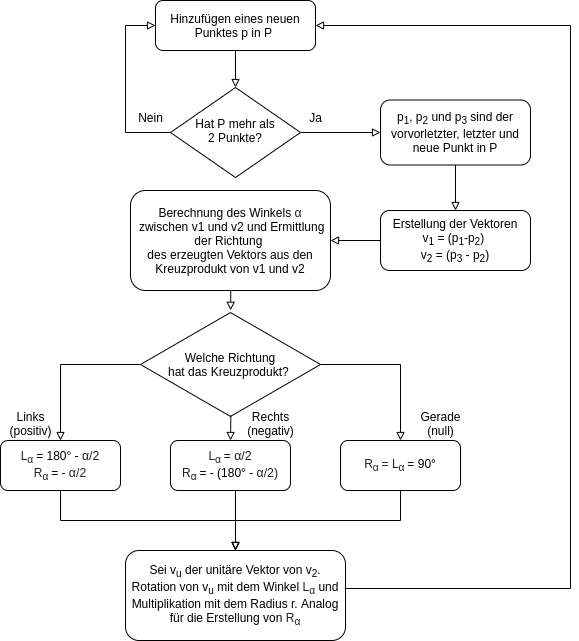
hvlds/kurve keeps this draw.io diagram as docs/img/line.png. Above is the earlier version. Source tidied: cells renumbered, new cells last; positions are measured from the earlier drawing's top-left corner, leaving out a move shared by most shapes. Its diagram source:
```xml
<mxGraphModel math="1">
  <root>
    <mxCell id="0" />
    <mxCell id="1" parent="0" />
    <mxCell id="2" style="edgeStyle=orthogonalEdgeStyle;rounded=0;jettySize=auto;html=1;entryX=0.5;entryY=0;entryDx=0;entryDy=0;endArrow=block;endFill=0;" parent="1" edge="1" source="3" target="6">
      <mxGeometry relative="1" as="geometry" />
    </mxCell>
    <mxCell id="3" value="Hinzufügen eines neuen Punktes p in P&amp;nbsp;" style="rounded=1;whiteSpace=wrap;html=1;fontSize=12;glass=0;strokeWidth=1;shadow=0;" parent="1" vertex="1">
      <mxGeometry x="155" width="160" height="50" as="geometry" />
    </mxCell>
    <mxCell id="4" style="edgeStyle=orthogonalEdgeStyle;rounded=0;jettySize=auto;html=1;exitX=1;exitY=0.5;exitDx=0;exitDy=0;endArrow=block;endFill=0;" parent="1" edge="1" source="6" target="8">
      <mxGeometry relative="1" as="geometry" />
    </mxCell>
    <mxCell id="5" style="edgeStyle=orthogonalEdgeStyle;rounded=0;jettySize=auto;html=1;entryX=0;entryY=0.5;entryDx=0;entryDy=0;endArrow=block;endFill=0;exitX=0;exitY=0.5;exitDx=0;exitDy=0;" parent="1" edge="1" source="6" target="3">
      <mxGeometry relative="1" as="geometry">
        <Array as="points">
          <mxPoint x="125" y="132" />
          <mxPoint x="125" y="25" />
        </Array>
      </mxGeometry>
    </mxCell>
    <mxCell id="6" value="Hat P mehr als&lt;br&gt;2 Punkte?" style="rhombus;whiteSpace=wrap;html=1;shadow=0;fontFamily=Helvetica;fontSize=12;align=center;strokeWidth=1;spacing=6;spacingTop=-4;" parent="1" vertex="1">
      <mxGeometry x="170" y="87" width="130" height="90" as="geometry" />
    </mxCell>
    <mxCell id="7" style="edgeStyle=orthogonalEdgeStyle;rounded=0;jettySize=auto;html=1;exitX=0.5;exitY=1;exitDx=0;exitDy=0;endArrow=block;endFill=0;" parent="1" edge="1" source="8" target="12">
      <mxGeometry relative="1" as="geometry" />
    </mxCell>
    <mxCell id="8" value="p&lt;sub&gt;1&lt;/sub&gt;, p&lt;sub&gt;2&lt;/sub&gt;&amp;nbsp;und p&lt;sub&gt;3&lt;/sub&gt;&amp;nbsp;sind der vorvorletzter,&amp;nbsp;letzter und neue Punkt in P" style="rounded=1;whiteSpace=wrap;html=1;" parent="1" vertex="1">
      <mxGeometry x="380" y="99.5" width="150" height="65" as="geometry" />
    </mxCell>
    <mxCell id="9" value="Ja" style="text;html=1;align=center;verticalAlign=middle;" parent="1" vertex="1">
      <mxGeometry x="300" y="107" width="30" height="20" as="geometry" />
    </mxCell>
    <mxCell id="10" value="Nein" style="text;html=1;align=center;verticalAlign=middle;" parent="1" vertex="1">
      <mxGeometry x="130" y="107" width="40" height="20" as="geometry" />
    </mxCell>
    <mxCell id="11" style="edgeStyle=orthogonalEdgeStyle;rounded=0;jettySize=auto;html=1;endArrow=block;endFill=0;" parent="1" edge="1" source="12" target="14">
      <mxGeometry relative="1" as="geometry" />
    </mxCell>
    <mxCell id="12" value="Erstellung der Vektoren v&lt;sub&gt;1&lt;/sub&gt;&amp;nbsp;= (p&lt;sub&gt;1&lt;/sub&gt;-p&lt;sub&gt;2&lt;/sub&gt;) &lt;br&gt;v&lt;sub&gt;2&lt;/sub&gt;&amp;nbsp;= (p&lt;sub&gt;3&lt;/sub&gt; - p&lt;sub&gt;2&lt;/sub&gt;)" style="rounded=1;whiteSpace=wrap;html=1;" parent="1" vertex="1">
      <mxGeometry x="380" y="210" width="150" height="60" as="geometry" />
    </mxCell>
    <mxCell id="13" style="edgeStyle=orthogonalEdgeStyle;rounded=0;jettySize=auto;html=1;endArrow=block;endFill=0;exitX=0.481;exitY=0.998;exitDx=0;exitDy=0;exitPerimeter=0;entryX=0.501;entryY=-0.002;entryDx=0;entryDy=0;entryPerimeter=0;" parent="1" edge="1" source="14" target="17">
      <mxGeometry relative="1" as="geometry" />
    </mxCell>
    <mxCell id="14" value="Berechnung des Winkels&amp;nbsp;&lt;span style=&quot;color: rgb(32 , 33 , 34) ; font-family: sans-serif ; font-size: 12.32px ; text-align: left&quot;&gt;α&lt;/span&gt;&lt;br&gt;&amp;nbsp;zwischen v1 und v2 und Ermittlung der Richtung&amp;nbsp;&lt;br&gt;des erzeugten Vektors aus den Kreuzprodukt von v1 und v2" style="rounded=1;whiteSpace=wrap;html=1;" parent="1" vertex="1">
      <mxGeometry x="130" y="190" width="200" height="100" as="geometry" />
    </mxCell>
    <mxCell id="15" style="edgeStyle=orthogonalEdgeStyle;rounded=0;jettySize=auto;html=1;endArrow=block;endFill=0;" parent="1" edge="1" source="17" target="19">
      <mxGeometry relative="1" as="geometry" />
    </mxCell>
    <mxCell id="16" style="edgeStyle=orthogonalEdgeStyle;rounded=0;jettySize=auto;html=1;entryX=0.5;entryY=0;entryDx=0;entryDy=0;endArrow=block;endFill=0;" parent="1" edge="1" source="17" target="26">
      <mxGeometry relative="1" as="geometry" />
    </mxCell>
    <mxCell id="17" value="Welche Richtung&lt;br&gt;hat das Kreuzprodukt?&amp;nbsp;" style="html=1;whiteSpace=wrap;shape=isoRectangle;" parent="1" vertex="1">
      <mxGeometry x="140" y="310" width="180" height="108" as="geometry" />
    </mxCell>
    <mxCell id="18" style="edgeStyle=orthogonalEdgeStyle;rounded=0;jettySize=auto;html=1;exitX=0.5;exitY=1;exitDx=0;exitDy=0;entryX=0.5;entryY=0;entryDx=0;entryDy=0;endArrow=block;endFill=0;" parent="1" edge="1" source="19" target="28">
      <mxGeometry relative="1" as="geometry" />
    </mxCell>
    <mxCell id="19" value="&lt;span style=&quot;color: rgb(32 , 33 , 34) ; font-family: sans-serif ; text-align: left&quot;&gt;L&lt;/span&gt;&lt;span style=&quot;color: rgb(32 , 33 , 34) ; font-family: sans-serif ; font-size: 12.32px ; text-align: left&quot;&gt;&lt;sub&gt;α&amp;nbsp;&lt;/sub&gt;&lt;/span&gt;= 180° -&amp;nbsp;&lt;span style=&quot;color: rgb(32 , 33 , 34) ; font-family: sans-serif ; font-size: 12.32px ; text-align: left&quot;&gt;α/2&lt;br&gt;&lt;/span&gt;&lt;span style=&quot;color: rgb(32 , 33 , 34) ; font-family: sans-serif ; text-align: left&quot;&gt;R&lt;/span&gt;&lt;span style=&quot;color: rgb(32 , 33 , 34) ; font-family: sans-serif ; text-align: left ; font-size: 12.32px&quot;&gt;&lt;sub&gt;α&amp;nbsp;&lt;/sub&gt;&lt;/span&gt;= -&amp;nbsp;&lt;span style=&quot;color: rgb(32 , 33 , 34) ; font-family: sans-serif ; font-size: 12.32px ; text-align: left&quot;&gt;α/2&lt;/span&gt;" style="rounded=1;whiteSpace=wrap;html=1;" parent="1" vertex="1">
      <mxGeometry y="440" width="120" height="50" as="geometry" />
    </mxCell>
    <mxCell id="20" value="Links&lt;br&gt;(positiv)" style="text;html=1;align=center;verticalAlign=middle;" parent="1" vertex="1">
      <mxGeometry y="408" width="60" height="30" as="geometry" />
    </mxCell>
    <mxCell id="21" value="Rechts&lt;br&gt;(negativ)" style="text;html=1;align=center;verticalAlign=middle;" parent="1" vertex="1">
      <mxGeometry x="240" y="408" width="60" height="30" as="geometry" />
    </mxCell>
    <mxCell id="22" value="Gerade&lt;br&gt;(null)" style="text;html=1;align=center;verticalAlign=middle;" parent="1" vertex="1">
      <mxGeometry x="410" y="408" width="60" height="30" as="geometry" />
    </mxCell>
    <mxCell id="23" style="edgeStyle=orthogonalEdgeStyle;rounded=0;jettySize=auto;html=1;exitX=0.5;exitY=1;exitDx=0;exitDy=0;endArrow=block;endFill=0;entryX=0.5;entryY=0;entryDx=0;entryDy=0;" parent="1" edge="1" source="24" target="28">
      <mxGeometry relative="1" as="geometry">
        <Array as="points">
          <mxPoint x="235" y="490" />
        </Array>
      </mxGeometry>
    </mxCell>
    <mxCell id="24" value="&lt;span style=&quot;color: rgb(32 , 33 , 34) ; font-family: sans-serif ; text-align: left&quot;&gt;L&lt;/span&gt;&lt;span style=&quot;color: rgb(32 , 33 , 34) ; font-family: sans-serif ; font-size: 12.32px ; text-align: left&quot;&gt;&lt;sub&gt;α&amp;nbsp;&lt;/sub&gt;&lt;/span&gt;= &lt;span style=&quot;color: rgb(32 , 33 , 34) ; font-family: sans-serif ; font-size: 12.32px ; text-align: left&quot;&gt;α/2&lt;br&gt;&lt;/span&gt;&lt;span style=&quot;color: rgb(32 , 33 , 34) ; font-family: sans-serif ; text-align: left&quot;&gt;R&lt;/span&gt;&lt;span style=&quot;color: rgb(32 , 33 , 34) ; font-family: sans-serif ; text-align: left ; font-size: 12.32px&quot;&gt;&lt;sub&gt;α&amp;nbsp;&lt;/sub&gt;&lt;/span&gt;= - (180° -&amp;nbsp;&lt;span style=&quot;color: rgb(32 , 33 , 34) ; font-family: sans-serif ; font-size: 12.32px ; text-align: left&quot;&gt;α/2)&lt;/span&gt;" style="rounded=1;whiteSpace=wrap;html=1;" parent="1" vertex="1">
      <mxGeometry x="170" y="440" width="120" height="50" as="geometry" />
    </mxCell>
    <mxCell id="25" style="edgeStyle=orthogonalEdgeStyle;rounded=0;jettySize=auto;html=1;entryX=0.5;entryY=0;entryDx=0;entryDy=0;endArrow=block;endFill=0;exitX=0.5;exitY=1;exitDx=0;exitDy=0;" parent="1" edge="1" source="26" target="28">
      <mxGeometry relative="1" as="geometry" />
    </mxCell>
    <mxCell id="26" value="&lt;span style=&quot;color: rgb(32 , 33 , 34) ; font-family: sans-serif ; text-align: left&quot;&gt;R&lt;/span&gt;&lt;span style=&quot;color: rgb(32 , 33 , 34) ; font-family: sans-serif ; text-align: left ; font-size: 12.32px&quot;&gt;&lt;sub&gt;α&amp;nbsp;&lt;/sub&gt;&lt;/span&gt;&lt;span style=&quot;color: rgb(32 , 33 , 34) ; font-family: sans-serif ; text-align: left&quot;&gt;= L&lt;/span&gt;&lt;span style=&quot;color: rgb(32 , 33 , 34) ; font-family: sans-serif ; font-size: 12.32px ; text-align: left&quot;&gt;&lt;sub&gt;α&amp;nbsp;&lt;/sub&gt;&lt;/span&gt;= 90°" style="rounded=1;whiteSpace=wrap;html=1;" parent="1" vertex="1">
      <mxGeometry x="340" y="440" width="120" height="50" as="geometry" />
    </mxCell>
    <mxCell id="27" style="edgeStyle=orthogonalEdgeStyle;rounded=0;jettySize=auto;html=1;entryX=1;entryY=0.5;entryDx=0;entryDy=0;endArrow=block;endFill=0;" parent="1" edge="1" source="28" target="3">
      <mxGeometry relative="1" as="geometry">
        <Array as="points">
          <mxPoint x="570" y="588" />
          <mxPoint x="570" y="25" />
        </Array>
      </mxGeometry>
    </mxCell>
    <mxCell id="28" value="Sei v&lt;sub&gt;u&lt;/sub&gt;&amp;nbsp;der unitäre Vektor von v&lt;sub&gt;2&lt;/sub&gt;. Rotation von v&lt;sub&gt;u&lt;/sub&gt;&amp;nbsp;mit dem Winkel&amp;nbsp;&lt;span style=&quot;color: rgb(32 , 33 , 34) ; font-family: sans-serif ; text-align: left&quot;&gt;L&lt;/span&gt;&lt;span style=&quot;color: rgb(32 , 33 , 34) ; font-family: sans-serif ; font-size: 12.32px ; text-align: left&quot;&gt;&lt;sub&gt;α&lt;/sub&gt;&lt;/span&gt;&amp;nbsp;und Multiplikation mit dem Radius r. Analog für die Erstellung von&amp;nbsp;&lt;span style=&quot;color: rgb(32 , 33 , 34) ; font-family: sans-serif ; text-align: left&quot;&gt;R&lt;/span&gt;&lt;span style=&quot;color: rgb(32 , 33 , 34) ; font-family: sans-serif ; text-align: left ; font-size: 12.32px&quot;&gt;&lt;sub&gt;α&lt;/sub&gt;&lt;/span&gt;" style="rounded=1;whiteSpace=wrap;html=1;" parent="1" vertex="1">
      <mxGeometry x="125" y="550" width="220" height="90" as="geometry" />
    </mxCell>
    <mxCell id="29" style="edgeStyle=orthogonalEdgeStyle;rounded=0;jettySize=auto;html=1;endArrow=block;endFill=0;exitX=0.502;exitY=0.972;exitDx=0;exitDy=0;exitPerimeter=0;" parent="1" edge="1" source="17">
      <mxGeometry relative="1" as="geometry">
        <mxPoint x="230" y="440" as="targetPoint" />
      </mxGeometry>
    </mxCell>
  </root>
</mxGraphModel>
```
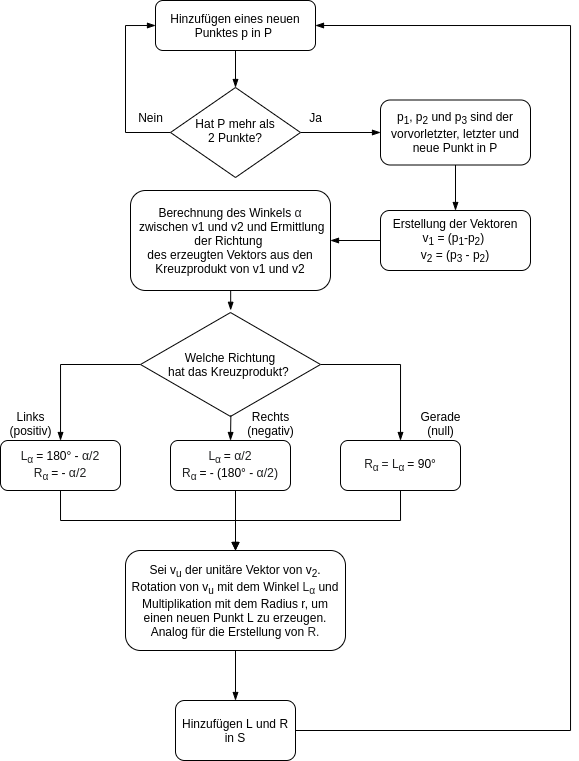
After the change.

The edit, as a diff of the source:
```diff
@@ -2,16 +2,16 @@
   <root>
     <mxCell id="0" />
     <mxCell id="1" parent="0" />
-    <mxCell id="2" style="edgeStyle=orthogonalEdgeStyle;rounded=0;jettySize=auto;html=1;entryX=0.5;entryY=0;entryDx=0;entryDy=0;endArrow=block;endFill=0;" parent="1" edge="1" source="3" target="6">
+    <mxCell id="2" style="edgeStyle=orthogonalEdgeStyle;rounded=0;jettySize=auto;html=1;entryX=0.5;entryY=0;entryDx=0;entryDy=0;endArrow=blockThin;endFill=1;" parent="1" edge="1" source="3" target="6">
       <mxGeometry relative="1" as="geometry" />
     </mxCell>
     <mxCell id="3" value="Hinzufügen eines neuen Punktes p in P&amp;nbsp;" style="rounded=1;whiteSpace=wrap;html=1;fontSize=12;glass=0;strokeWidth=1;shadow=0;" parent="1" vertex="1">
       <mxGeometry x="155" width="160" height="50" as="geometry" />
     </mxCell>
-    <mxCell id="4" style="edgeStyle=orthogonalEdgeStyle;rounded=0;jettySize=auto;html=1;exitX=1;exitY=0.5;exitDx=0;exitDy=0;endArrow=block;endFill=0;" parent="1" edge="1" source="6" target="8">
+    <mxCell id="4" style="edgeStyle=orthogonalEdgeStyle;rounded=0;jettySize=auto;html=1;exitX=1;exitY=0.5;exitDx=0;exitDy=0;endArrow=blockThin;endFill=1;" parent="1" edge="1" source="6" target="8">
       <mxGeometry relative="1" as="geometry" />
     </mxCell>
-    <mxCell id="5" style="edgeStyle=orthogonalEdgeStyle;rounded=0;jettySize=auto;html=1;entryX=0;entryY=0.5;entryDx=0;entryDy=0;endArrow=block;endFill=0;exitX=0;exitY=0.5;exitDx=0;exitDy=0;" parent="1" edge="1" source="6" target="3">
+    <mxCell id="5" style="edgeStyle=orthogonalEdgeStyle;rounded=0;jettySize=auto;html=1;entryX=0;entryY=0.5;entryDx=0;entryDy=0;endArrow=blockThin;endFill=1;exitX=0;exitY=0.5;exitDx=0;exitDy=0;" parent="1" edge="1" source="6" target="3">
       <mxGeometry relative="1" as="geometry">
         <Array as="points">
           <mxPoint x="125" y="132" />
@@ -22,7 +22,7 @@
     <mxCell id="6" value="Hat P mehr als&lt;br&gt;2 Punkte?" style="rhombus;whiteSpace=wrap;html=1;shadow=0;fontFamily=Helvetica;fontSize=12;align=center;strokeWidth=1;spacing=6;spacingTop=-4;" parent="1" vertex="1">
       <mxGeometry x="170" y="87" width="130" height="90" as="geometry" />
     </mxCell>
-    <mxCell id="7" style="edgeStyle=orthogonalEdgeStyle;rounded=0;jettySize=auto;html=1;exitX=0.5;exitY=1;exitDx=0;exitDy=0;endArrow=block;endFill=0;" parent="1" edge="1" source="8" target="12">
+    <mxCell id="7" style="edgeStyle=orthogonalEdgeStyle;rounded=0;jettySize=auto;html=1;exitX=0.5;exitY=1;exitDx=0;exitDy=0;endArrow=blockThin;endFill=1;" parent="1" edge="1" source="8" target="12">
       <mxGeometry relative="1" as="geometry" />
     </mxCell>
     <mxCell id="8" value="p&lt;sub&gt;1&lt;/sub&gt;, p&lt;sub&gt;2&lt;/sub&gt;&amp;nbsp;und p&lt;sub&gt;3&lt;/sub&gt;&amp;nbsp;sind der vorvorletzter,&amp;nbsp;letzter und neue Punkt in P" style="rounded=1;whiteSpace=wrap;html=1;" parent="1" vertex="1">
@@ -34,22 +34,22 @@
     <mxCell id="10" value="Nein" style="text;html=1;align=center;verticalAlign=middle;" parent="1" vertex="1">
       <mxGeometry x="130" y="107" width="40" height="20" as="geometry" />
     </mxCell>
-    <mxCell id="11" style="edgeStyle=orthogonalEdgeStyle;rounded=0;jettySize=auto;html=1;endArrow=block;endFill=0;" parent="1" edge="1" source="12" target="14">
+    <mxCell id="11" style="edgeStyle=orthogonalEdgeStyle;rounded=0;jettySize=auto;html=1;endArrow=blockThin;endFill=1;" parent="1" edge="1" source="12" target="14">
       <mxGeometry relative="1" as="geometry" />
     </mxCell>
     <mxCell id="12" value="Erstellung der Vektoren v&lt;sub&gt;1&lt;/sub&gt;&amp;nbsp;= (p&lt;sub&gt;1&lt;/sub&gt;-p&lt;sub&gt;2&lt;/sub&gt;) &lt;br&gt;v&lt;sub&gt;2&lt;/sub&gt;&amp;nbsp;= (p&lt;sub&gt;3&lt;/sub&gt; - p&lt;sub&gt;2&lt;/sub&gt;)" style="rounded=1;whiteSpace=wrap;html=1;" parent="1" vertex="1">
       <mxGeometry x="380" y="210" width="150" height="60" as="geometry" />
     </mxCell>
-    <mxCell id="13" style="edgeStyle=orthogonalEdgeStyle;rounded=0;jettySize=auto;html=1;endArrow=block;endFill=0;exitX=0.481;exitY=0.998;exitDx=0;exitDy=0;exitPerimeter=0;entryX=0.501;entryY=-0.002;entryDx=0;entryDy=0;entryPerimeter=0;" parent="1" edge="1" source="14" target="17">
+    <mxCell id="13" style="edgeStyle=orthogonalEdgeStyle;rounded=0;jettySize=auto;html=1;endArrow=blockThin;endFill=1;exitX=0.481;exitY=0.998;exitDx=0;exitDy=0;exitPerimeter=0;entryX=0.501;entryY=-0.002;entryDx=0;entryDy=0;entryPerimeter=0;" parent="1" edge="1" source="14" target="17">
       <mxGeometry relative="1" as="geometry" />
     </mxCell>
     <mxCell id="14" value="Berechnung des Winkels&amp;nbsp;&lt;span style=&quot;color: rgb(32 , 33 , 34) ; font-family: sans-serif ; font-size: 12.32px ; text-align: left&quot;&gt;α&lt;/span&gt;&lt;br&gt;&amp;nbsp;zwischen v1 und v2 und Ermittlung der Richtung&amp;nbsp;&lt;br&gt;des erzeugten Vektors aus den Kreuzprodukt von v1 und v2" style="rounded=1;whiteSpace=wrap;html=1;" parent="1" vertex="1">
       <mxGeometry x="130" y="190" width="200" height="100" as="geometry" />
     </mxCell>
-    <mxCell id="15" style="edgeStyle=orthogonalEdgeStyle;rounded=0;jettySize=auto;html=1;endArrow=block;endFill=0;" parent="1" edge="1" source="17" target="19">
+    <mxCell id="15" style="edgeStyle=orthogonalEdgeStyle;rounded=0;jettySize=auto;html=1;endArrow=blockThin;endFill=1;" parent="1" edge="1" source="17" target="19">
       <mxGeometry relative="1" as="geometry" />
     </mxCell>
-    <mxCell id="16" style="edgeStyle=orthogonalEdgeStyle;rounded=0;jettySize=auto;html=1;entryX=0.5;entryY=0;entryDx=0;entryDy=0;endArrow=block;endFill=0;" parent="1" edge="1" source="17" target="26">
+    <mxCell id="16" style="edgeStyle=orthogonalEdgeStyle;rounded=0;jettySize=auto;html=1;entryX=0.5;entryY=0;entryDx=0;entryDy=0;endArrow=blockThin;endFill=1;" parent="1" edge="1" source="17" target="26">
       <mxGeometry relative="1" as="geometry" />
     </mxCell>
     <mxCell id="17" value="Welche Richtung&lt;br&gt;hat das Kreuzprodukt?&amp;nbsp;" style="html=1;whiteSpace=wrap;shape=isoRectangle;" parent="1" vertex="1">
@@ -80,27 +80,33 @@
     <mxCell id="24" value="&lt;span style=&quot;color: rgb(32 , 33 , 34) ; font-family: sans-serif ; text-align: left&quot;&gt;L&lt;/span&gt;&lt;span style=&quot;color: rgb(32 , 33 , 34) ; font-family: sans-serif ; font-size: 12.32px ; text-align: left&quot;&gt;&lt;sub&gt;α&amp;nbsp;&lt;/sub&gt;&lt;/span&gt;= &lt;span style=&quot;color: rgb(32 , 33 , 34) ; font-family: sans-serif ; font-size: 12.32px ; text-align: left&quot;&gt;α/2&lt;br&gt;&lt;/span&gt;&lt;span style=&quot;color: rgb(32 , 33 , 34) ; font-family: sans-serif ; text-align: left&quot;&gt;R&lt;/span&gt;&lt;span style=&quot;color: rgb(32 , 33 , 34) ; font-family: sans-serif ; text-align: left ; font-size: 12.32px&quot;&gt;&lt;sub&gt;α&amp;nbsp;&lt;/sub&gt;&lt;/span&gt;= - (180° -&amp;nbsp;&lt;span style=&quot;color: rgb(32 , 33 , 34) ; font-family: sans-serif ; font-size: 12.32px ; text-align: left&quot;&gt;α/2)&lt;/span&gt;" style="rounded=1;whiteSpace=wrap;html=1;" parent="1" vertex="1">
       <mxGeometry x="170" y="440" width="120" height="50" as="geometry" />
     </mxCell>
-    <mxCell id="25" style="edgeStyle=orthogonalEdgeStyle;rounded=0;jettySize=auto;html=1;entryX=0.5;entryY=0;entryDx=0;entryDy=0;endArrow=block;endFill=0;exitX=0.5;exitY=1;exitDx=0;exitDy=0;" parent="1" edge="1" source="26" target="28">
+    <mxCell id="25" style="edgeStyle=orthogonalEdgeStyle;rounded=0;jettySize=auto;html=1;entryX=0.5;entryY=0;entryDx=0;entryDy=0;endArrow=blockThin;endFill=1;exitX=0.5;exitY=1;exitDx=0;exitDy=0;" parent="1" edge="1" source="26" target="28">
       <mxGeometry relative="1" as="geometry" />
     </mxCell>
     <mxCell id="26" value="&lt;span style=&quot;color: rgb(32 , 33 , 34) ; font-family: sans-serif ; text-align: left&quot;&gt;R&lt;/span&gt;&lt;span style=&quot;color: rgb(32 , 33 , 34) ; font-family: sans-serif ; text-align: left ; font-size: 12.32px&quot;&gt;&lt;sub&gt;α&amp;nbsp;&lt;/sub&gt;&lt;/span&gt;&lt;span style=&quot;color: rgb(32 , 33 , 34) ; font-family: sans-serif ; text-align: left&quot;&gt;= L&lt;/span&gt;&lt;span style=&quot;color: rgb(32 , 33 , 34) ; font-family: sans-serif ; font-size: 12.32px ; text-align: left&quot;&gt;&lt;sub&gt;α&amp;nbsp;&lt;/sub&gt;&lt;/span&gt;= 90°" style="rounded=1;whiteSpace=wrap;html=1;" parent="1" vertex="1">
       <mxGeometry x="340" y="440" width="120" height="50" as="geometry" />
     </mxCell>
-    <mxCell id="27" style="edgeStyle=orthogonalEdgeStyle;rounded=0;jettySize=auto;html=1;entryX=1;entryY=0.5;entryDx=0;entryDy=0;endArrow=block;endFill=0;" parent="1" edge="1" source="28" target="3">
+    <mxCell id="27" style="edgeStyle=orthogonalEdgeStyle;rounded=0;jettySize=auto;html=1;entryX=1;entryY=0.5;entryDx=0;entryDy=0;endArrow=blockThin;endFill=1;exitX=1;exitY=0.5;exitDx=0;exitDy=0;" parent="1" edge="1" source="31" target="3">
       <mxGeometry relative="1" as="geometry">
         <Array as="points">
-          <mxPoint x="570" y="588" />
+          <mxPoint x="570" y="730" />
           <mxPoint x="570" y="25" />
         </Array>
       </mxGeometry>
     </mxCell>
+    <mxCell id="30" style="edgeStyle=orthogonalEdgeStyle;rounded=0;jettySize=auto;html=1;endArrow=blockThin;endFill=1;" parent="1" edge="1" source="28" target="31">
+      <mxGeometry relative="1" as="geometry" />
+    </mxCell>
-    <mxCell id="28" value="Sei v&lt;sub&gt;u&lt;/sub&gt;&amp;nbsp;der unitäre Vektor von v&lt;sub&gt;2&lt;/sub&gt;. Rotation von v&lt;sub&gt;u&lt;/sub&gt;&amp;nbsp;mit dem Winkel&amp;nbsp;&lt;span style=&quot;color: rgb(32 , 33 , 34) ; font-family: sans-serif ; text-align: left&quot;&gt;L&lt;/span&gt;&lt;span style=&quot;color: rgb(32 , 33 , 34) ; font-family: sans-serif ; font-size: 12.32px ; text-align: left&quot;&gt;&lt;sub&gt;α&lt;/sub&gt;&lt;/span&gt;&amp;nbsp;und Multiplikation mit dem Radius r. Analog für die Erstellung von&amp;nbsp;&lt;span style=&quot;color: rgb(32 , 33 , 34) ; font-family: sans-serif ; text-align: left&quot;&gt;R&lt;/span&gt;&lt;span style=&quot;color: rgb(32 , 33 , 34) ; font-family: sans-serif ; text-align: left ; font-size: 12.32px&quot;&gt;&lt;sub&gt;α&lt;/sub&gt;&lt;/span&gt;" style="rounded=1;whiteSpace=wrap;html=1;" parent="1" vertex="1">
-      <mxGeometry x="125" y="550" width="220" height="90" as="geometry" />
+    <mxCell id="28" value="Sei v&lt;sub&gt;u&lt;/sub&gt;&amp;nbsp;der unitäre Vektor von v&lt;sub&gt;2&lt;/sub&gt;. Rotation von v&lt;sub&gt;u&lt;/sub&gt;&amp;nbsp;mit dem Winkel&amp;nbsp;&lt;span style=&quot;color: rgb(32 , 33 , 34) ; font-family: sans-serif ; text-align: left&quot;&gt;L&lt;/span&gt;&lt;span style=&quot;color: rgb(32 , 33 , 34) ; font-family: sans-serif ; font-size: 12.32px ; text-align: left&quot;&gt;&lt;sub&gt;α&lt;/sub&gt;&lt;/span&gt;&amp;nbsp;und Multiplikation mit dem Radius r, um einen neuen Punkt L zu erzeugen. Analog für die Erstellung von&amp;nbsp;&lt;span style=&quot;color: rgb(32 , 33 , 34) ; font-family: sans-serif ; text-align: left&quot;&gt;R.&lt;/span&gt;" style="rounded=1;whiteSpace=wrap;html=1;" parent="1" vertex="1">
+      <mxGeometry x="125" y="550" width="220" height="100" as="geometry" />
     </mxCell>
-    <mxCell id="29" style="edgeStyle=orthogonalEdgeStyle;rounded=0;jettySize=auto;html=1;endArrow=block;endFill=0;exitX=0.502;exitY=0.972;exitDx=0;exitDy=0;exitPerimeter=0;" parent="1" edge="1" source="17">
+    <mxCell id="29" style="edgeStyle=orthogonalEdgeStyle;rounded=0;jettySize=auto;html=1;endArrow=blockThin;endFill=1;exitX=0.502;exitY=0.972;exitDx=0;exitDy=0;exitPerimeter=0;" parent="1" edge="1" source="17">
       <mxGeometry relative="1" as="geometry">
         <mxPoint x="230" y="440" as="targetPoint" />
       </mxGeometry>
     </mxCell>
+    <mxCell id="31" value="Hinzufügen L und R in S" style="rounded=1;whiteSpace=wrap;html=1;" parent="1" vertex="1">
+      <mxGeometry x="175" y="700" width="120" height="60" as="geometry" />
+    </mxCell>
   </root>
 </mxGraphModel>
```
